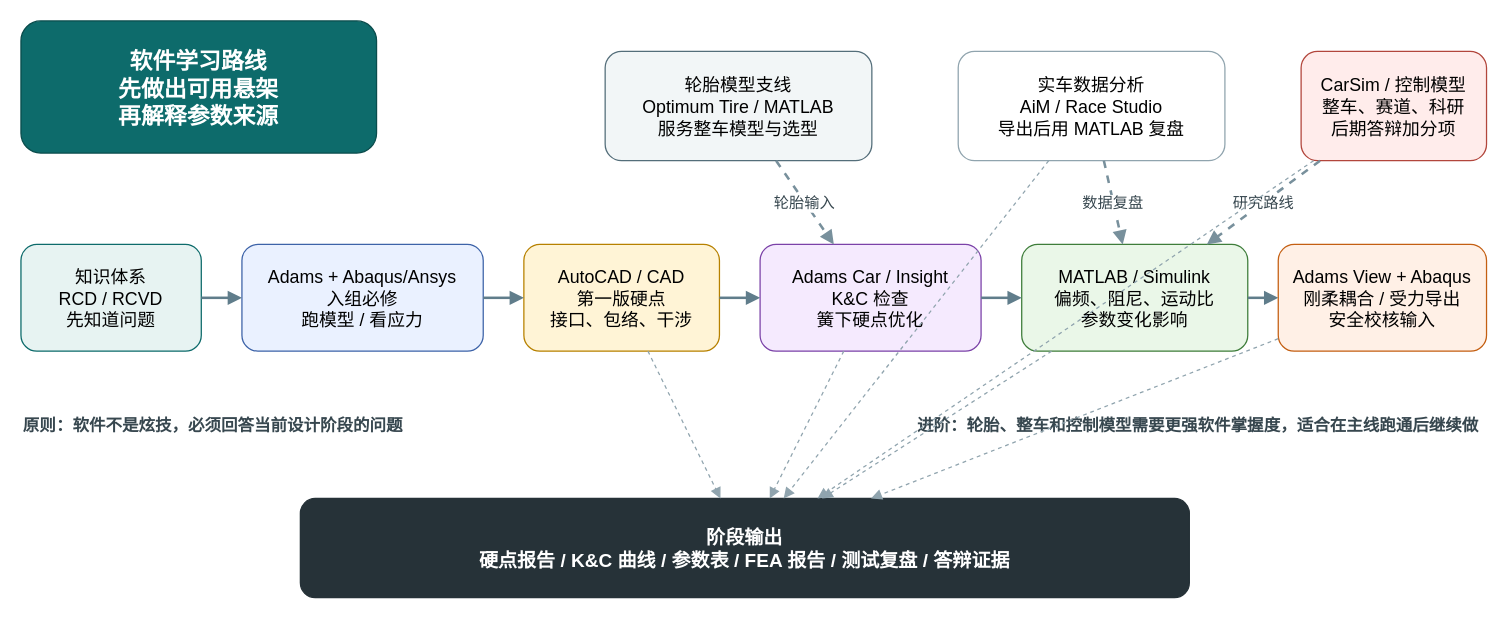
Earlier version of the draw.io diagram assets/diagrams/software-capability-matrix.drawio (onebulletkick/suspension_opensource). Source tidied: cells renumbered, new cells numbered last; positions are measured from the earlier drawing's top-left corner, leaving out a move shared by most shapes. Both pictures are drawn from the tidied source at 127%, with x=0, y=0 at pixel (20, 20).
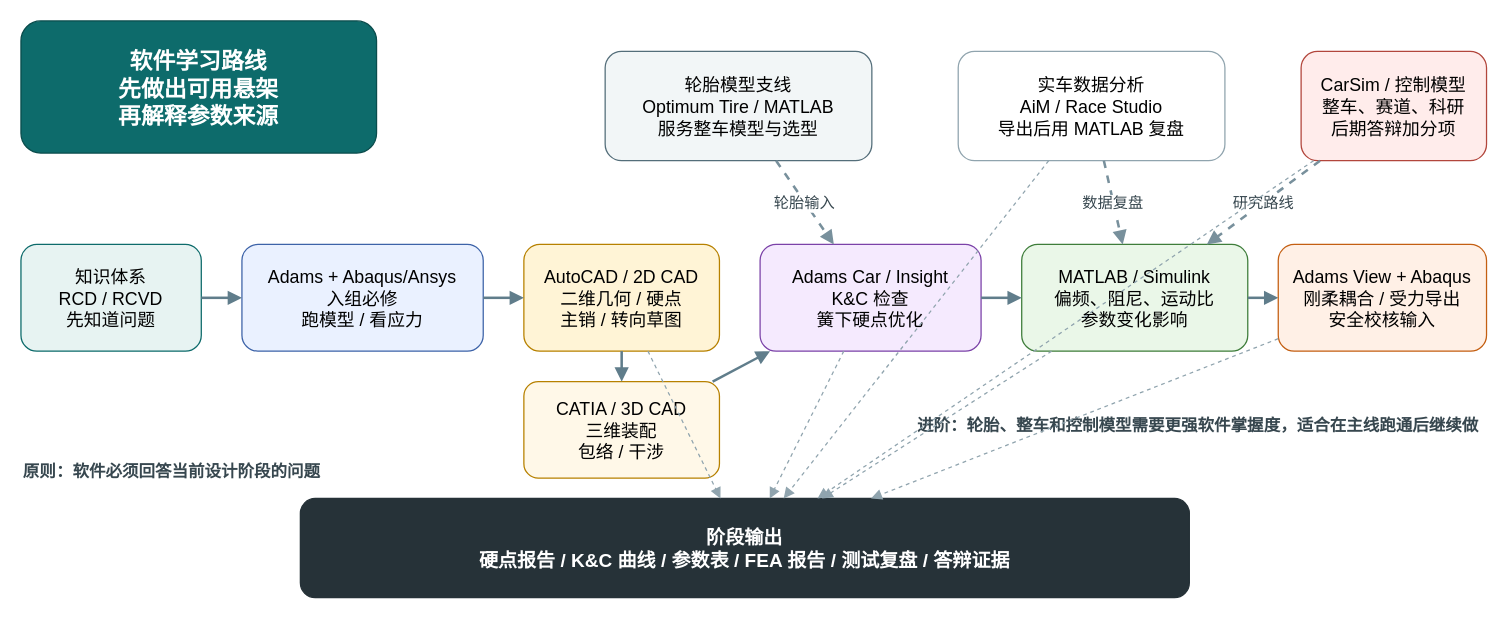
Above is the later version.

Unchanged cells that the change refers to:
```xml
<mxCell id="6" value="Adams Car / Insight&#10;K&amp;C 检查&#10;簧下硬点优化" style="rounded=1;html=0;fillColor=#f5eafe;strokeColor=#7b42a8;fontSize=14;" parent="1" vertex="1">
  <mxGeometry x="582" y="176" width="174" height="84" as="geometry" />
</mxCell>
```

The edit, as a diff of the source:
```diff
@@
-    <mxCell id="5" value="AutoCAD / CAD&#10;第一版硬点&#10;接口、包络、干涉" style="rounded=1;html=0;fillColor=#fff4d6;strokeColor=#b78100;fontSize=14;" parent="1" vertex="1">
+    <mxCell id="5" value="AutoCAD / 2D CAD&#10;二维几何 / 硬点&#10;主销 / 转向草图" style="rounded=1;html=0;fillColor=#fff4d6;strokeColor=#b78100;fontSize=14;" parent="1" vertex="1">
       <mxGeometry x="396" y="176" width="154" height="84" as="geometry" />
     </mxCell>
+    <mxCell id="29" value="CATIA / 3D CAD&#10;三维装配&#10;包络 / 干涉" style="rounded=1;html=0;fillColor=#fff8e8;strokeColor=#b78100;fontSize=14;" parent="1" vertex="1">
+      <mxGeometry x="396" y="284" width="154" height="76" as="geometry" />
+    </mxCell>
@@
-    <mxCell id="13" value="原则：软件不是炫技，必须回答当前设计阶段的问题" style="text;html=0;strokeColor=none;fillColor=none;align=left;verticalAlign=middle;rounded=0;fontSize=13;fontColor=#37474f;fontStyle=1;" parent="1" vertex="1">
-      <mxGeometry y="304" width="420" height="28" as="geometry" />
+    <mxCell id="13" value="原则：软件必须回答当前设计阶段的问题" style="text;html=0;strokeColor=none;fillColor=none;align=left;verticalAlign=middle;rounded=0;fontSize=13;fontColor=#37474f;fontStyle=1;" parent="1" vertex="1">
+      <mxGeometry y="340" width="360" height="28" as="geometry" />
     </mxCell>
@@
-    <mxCell id="17" style="endArrow=block;html=0;rounded=0;strokeWidth=2;strokeColor=#607d8b;" parent="1" edge="1" source="5" target="6">
+    <mxCell id="17" style="endArrow=block;html=0;rounded=0;strokeWidth=2;strokeColor=#607d8b;" parent="1" edge="1" source="5" target="29">
       <mxGeometry relative="1" as="geometry" />
     </mxCell>
+    <mxCell id="30" style="endArrow=block;html=0;rounded=0;strokeWidth=2;strokeColor=#607d8b;" parent="1" edge="1" source="29" target="6">
+      <mxGeometry relative="1" as="geometry" />
+    </mxCell>
```
